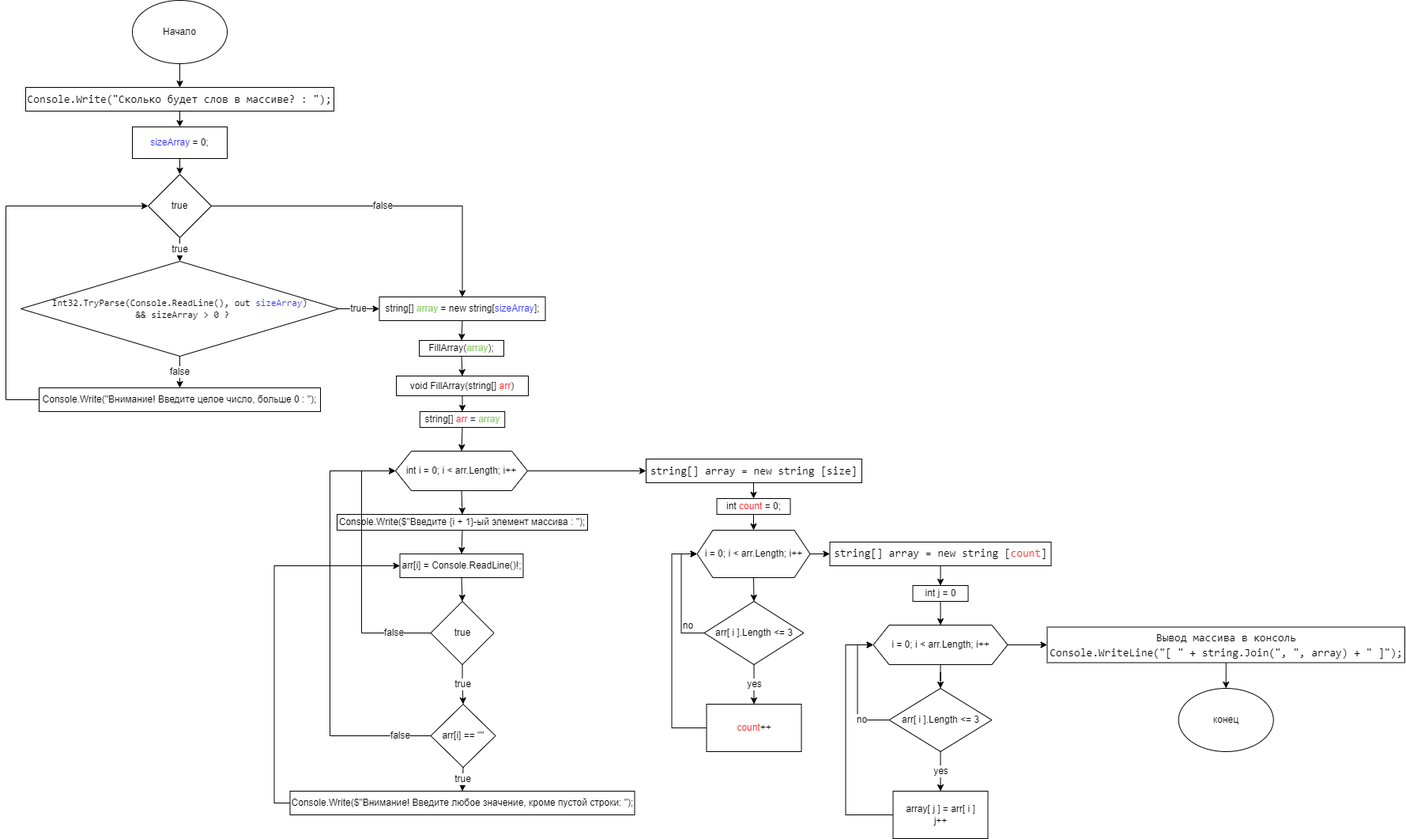
Earlier version of the draw.io export Flowchart_algorithm.png (Nikitayrf/control-task). Source tidied: cells renumbered, new cells last; positions are measured from the earlier drawing's top-left corner, leaving out a move shared by most shapes.
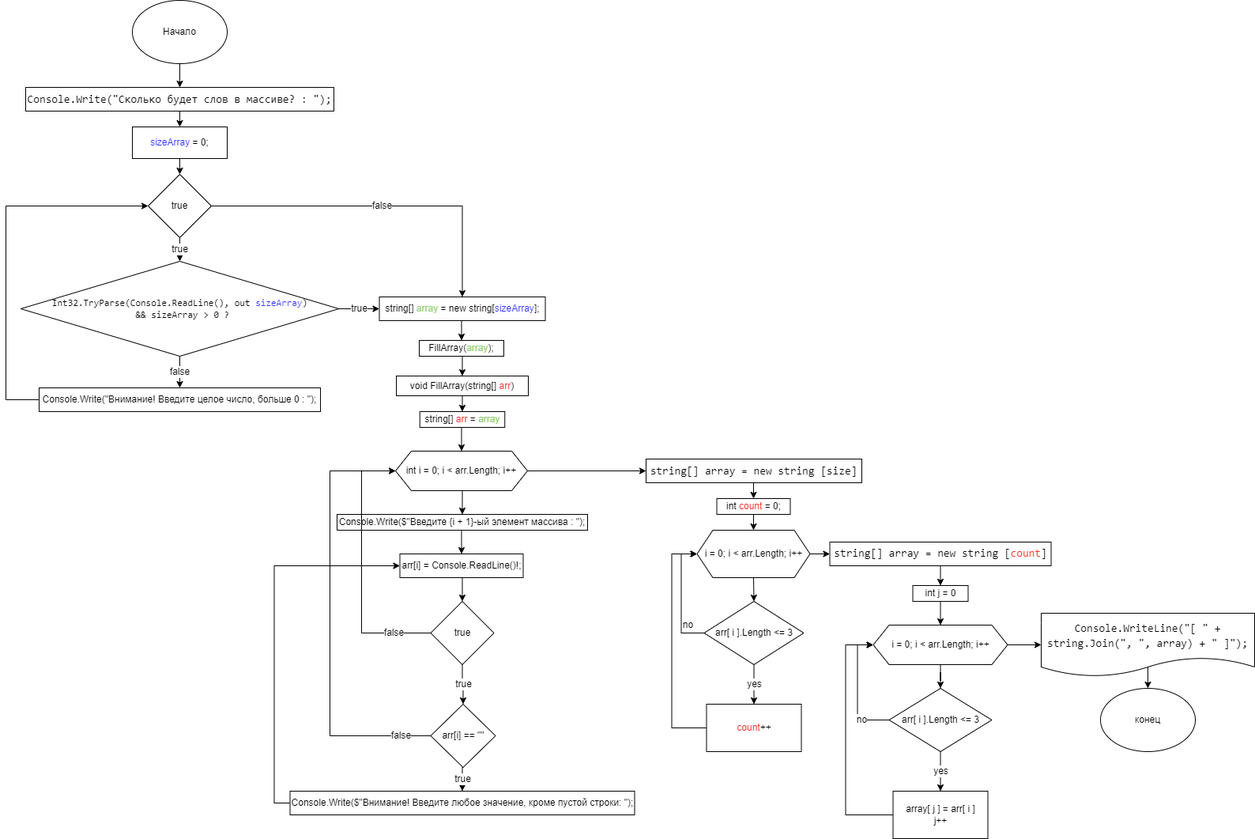
After the commit.

Commit message:
changed block in output flowchart

The edit, as a diff of the source:
```diff
@@ -60,7 +60,7 @@
     <mxCell id="18" style="edgeStyle=orthogonalEdgeStyle;rounded=0;jettySize=auto;html=1;exitX=0.5;exitY=1;exitDx=0;exitDy=0;fontSize=12;fontColor=#000000;" parent="1" edge="1" source="20" target="23">
       <mxGeometry relative="1" as="geometry" />
     </mxCell>
-    <mxCell id="19" style="edgeStyle=orthogonalEdgeStyle;rounded=0;jettySize=auto;html=1;exitX=1;exitY=0.5;exitDx=0;exitDy=0;entryX=0;entryY=0.5;entryDx=0;entryDy=0;fontSize=12;fontColor=#000000;" parent="1" edge="1" source="20" target="27">
+    <mxCell id="19" style="edgeStyle=orthogonalEdgeStyle;rounded=0;jettySize=auto;html=1;exitX=1;exitY=0.5;exitDx=0;exitDy=0;entryX=0;entryY=0.5;entryDx=0;entryDy=0;fontSize=12;fontColor=#000000;" parent="1" edge="1" source="20" target="66">
       <mxGeometry relative="1" as="geometry" />
     </mxCell>
     <mxCell id="20" value="i = 0; i &amp;lt; arr.Length; i++" style="shape=hexagon;perimeter=hexagonPerimeter2;whiteSpace=wrap;html=1;fixedSize=1;labelBackgroundColor=none;fontSize=12;fontColor=#000000;" parent="1" vertex="1">
@@ -86,14 +86,15 @@
     <mxCell id="25" value="array[ j ] = arr[ i ]&lt;br&gt;j++" style="rounded=0;whiteSpace=wrap;html=1;labelBackgroundColor=none;fontSize=12;fontColor=#000000;" parent="1" vertex="1">
       <mxGeometry x="1122.5" y="1000" width="120" height="60" as="geometry" />
     </mxCell>
-    <mxCell id="26" style="edgeStyle=orthogonalEdgeStyle;rounded=0;jettySize=auto;html=1;exitX=0.5;exitY=1;exitDx=0;exitDy=0;entryX=0.5;entryY=0;entryDx=0;entryDy=0;fontSize=12;fontColor=#000000;" parent="1" edge="1" source="27" target="28">
-      <mxGeometry relative="1" as="geometry" />
+    <mxCell id="26" style="edgeStyle=orthogonalEdgeStyle;rounded=0;jettySize=auto;html=1;exitX=0.505;exitY=0.813;exitDx=0;exitDy=0;entryX=0.5;entryY=0;entryDx=0;entryDy=0;fontSize=12;fontColor=#000000;exitPerimeter=0;" parent="1" edge="1" source="66" target="28">
+      <mxGeometry relative="1" as="geometry">
+        <Array as="points">
+          <mxPoint x="1445" y="840" />
+        </Array>
+      </mxGeometry>
     </mxCell>
-    <mxCell id="27" value="&lt;div style=&quot;font-family: Consolas, &amp;quot;Courier New&amp;quot;, monospace; font-size: 14px; line-height: 19px;&quot;&gt;Вывод массива в консоль&lt;/div&gt;&lt;div style=&quot;font-family: Consolas, &amp;quot;Courier New&amp;quot;, monospace; font-size: 14px; line-height: 19px;&quot;&gt;Console.WriteLine(&quot;[ &quot; + string.Join(&quot;, &quot;, array) + &quot; ]&quot;);&lt;/div&gt;" style="rounded=0;whiteSpace=wrap;html=1;labelBackgroundColor=none;fontSize=12;fontColor=#000000;" parent="1" vertex="1">
-      <mxGeometry x="1317.5" y="792.5" width="452.5" height="45" as="geometry" />
-    </mxCell>
     <mxCell id="28" value="конец" style="ellipse;whiteSpace=wrap;html=1;labelBackgroundColor=none;fontSize=12;fontColor=#000000;" parent="1" vertex="1">
-      <mxGeometry x="1483.8" y="870" width="120" height="80" as="geometry" />
+      <mxGeometry x="1385" y="870" width="120" height="80" as="geometry" />
     </mxCell>
     <mxCell id="29" style="edgeStyle=orthogonalEdgeStyle;rounded=0;jettySize=auto;html=1;exitX=0.5;exitY=1;exitDx=0;exitDy=0;fontSize=12;fontColor=#000000;entryX=0.5;entryY=0;entryDx=0;entryDy=0;" parent="1" edge="1" source="30" target="65">
       <mxGeometry relative="1" as="geometry" />
@@ -221,5 +222,8 @@
     <mxCell id="65" value="&lt;div style=&quot;font-family: Consolas, &amp;quot;Courier New&amp;quot;, monospace; font-size: 14px; line-height: 19px;&quot;&gt;Console.Write(&quot;Сколько будет слов в массиве? : &quot;);&lt;/div&gt;" style="rounded=0;whiteSpace=wrap;html=1;labelBackgroundColor=none;fontSize=12;fontColor=#000000;" parent="1" vertex="1">
       <mxGeometry x="25" y="110" width="390" height="30" as="geometry" />
     </mxCell>
+    <mxCell id="66" value="&lt;div style=&quot;border-color: var(--border-color); font-family: Consolas, &amp;quot;Courier New&amp;quot;, monospace; font-size: 14px; line-height: 19px;&quot;&gt;&lt;span style=&quot;background-color: initial;&quot;&gt;Console.WriteLine(&quot;[ &quot; + string.Join(&quot;, &quot;, array) + &quot; ]&quot;);&lt;/span&gt;&lt;br&gt;&lt;/div&gt;" style="shape=document;whiteSpace=wrap;html=1;boundedLbl=1;" parent="1" vertex="1">
+      <mxGeometry x="1310" y="775" width="270" height="80" as="geometry" />
+    </mxCell>
   </root>
 </mxGraphModel>
```
